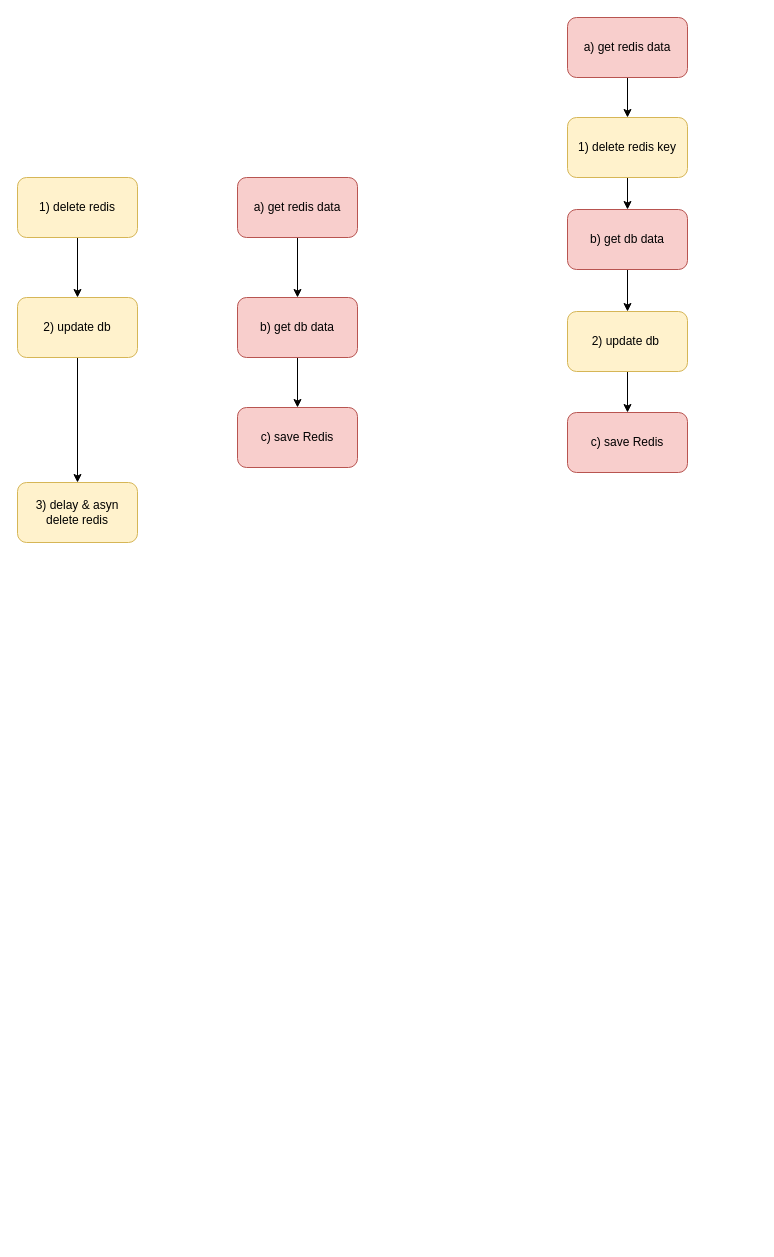
The draw.io diagram db&redis_consistency.drawio in qiufang1314/drawio, before the edit. Source tidied: cells renumbered, new cells numbered last; positions are measured from the earlier drawing's top-left corner, leaving out a move shared by most shapes. Both pictures are drawn from the tidied source at 100%, with x=0, y=0 at pixel (17, 17).
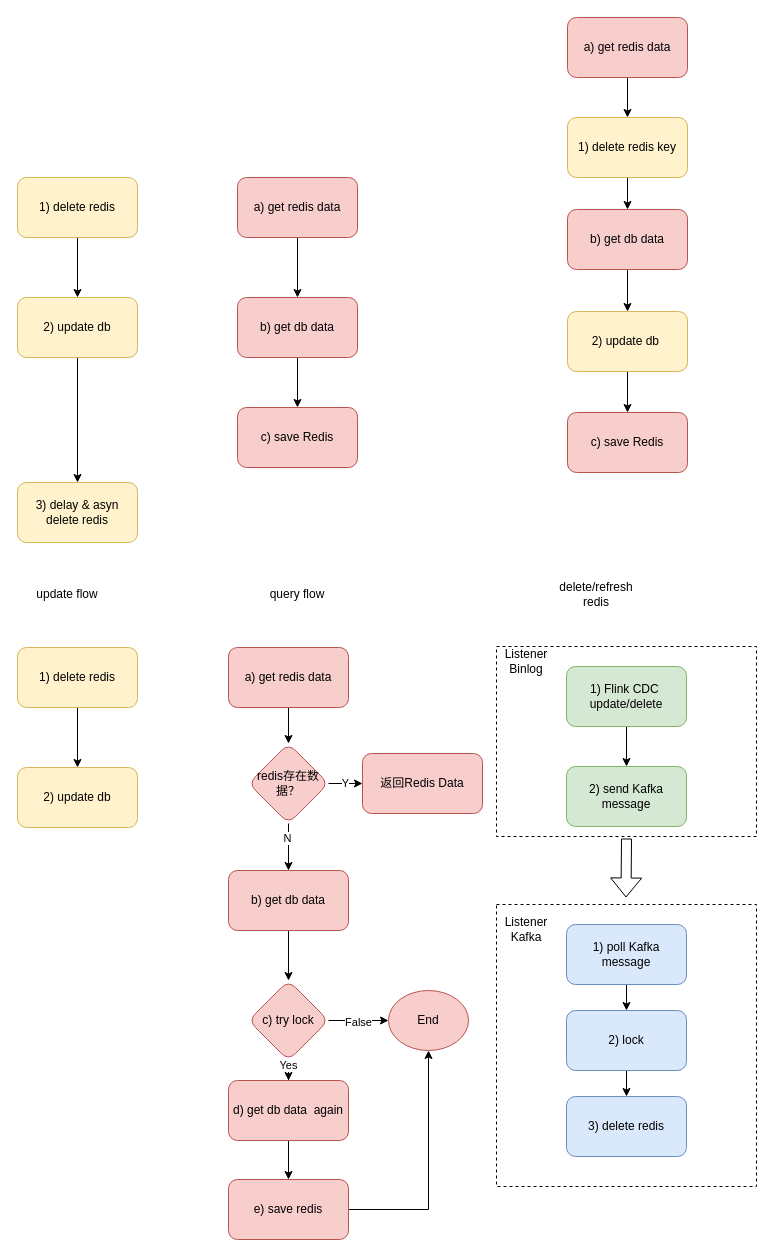
Above is the later version.

The edit, as a diff of the source:
```diff
@@
+    <mxCell id="21" style="rounded=0;whiteSpace=wrap;html=1;dashed=1;" parent="1" vertex="1">
+      <mxGeometry x="479" y="887" width="260" height="282" as="geometry" />
+    </mxCell>
+    <mxCell id="22" style="rounded=0;whiteSpace=wrap;html=1;dashed=1;" parent="1" vertex="1">
+      <mxGeometry x="479" y="629" width="260" height="190" as="geometry" />
+    </mxCell>
@@
+    <mxCell id="23" style="edgeStyle=orthogonalEdgeStyle;rounded=0;jettySize=auto;html=1;" parent="1" edge="1" source="24" target="25">
+      <mxGeometry relative="1" as="geometry" />
+    </mxCell>
+    <mxCell id="24" value="1) delete redis" style="rounded=1;whiteSpace=wrap;html=1;fillColor=#fff2cc;strokeColor=#d6b656;" parent="1" vertex="1">
+      <mxGeometry y="630" width="120" height="60" as="geometry" />
+    </mxCell>
+    <mxCell id="25" value="2) update db" style="rounded=1;whiteSpace=wrap;html=1;fillColor=#fff2cc;strokeColor=#d6b656;" parent="1" vertex="1">
+      <mxGeometry y="750" width="120" height="60" as="geometry" />
+    </mxCell>
+    <mxCell id="26" value="update flow" style="text;html=1;strokeColor=none;fillColor=none;align=center;verticalAlign=middle;whiteSpace=wrap;rounded=0;" parent="1" vertex="1">
+      <mxGeometry x="10" y="562" width="80" height="30" as="geometry" />
+    </mxCell>
+    <mxCell id="27" style="edgeStyle=orthogonalEdgeStyle;rounded=0;jettySize=auto;html=1;" parent="1" edge="1" source="28" target="57">
+      <mxGeometry relative="1" as="geometry" />
+    </mxCell>
+    <mxCell id="28" value="a) get redis data" style="rounded=1;whiteSpace=wrap;html=1;fillColor=#f8cecc;strokeColor=#b85450;" parent="1" vertex="1">
+      <mxGeometry x="211" y="630" width="120" height="60" as="geometry" />
+    </mxCell>
+    <mxCell id="29" style="edgeStyle=orthogonalEdgeStyle;rounded=0;jettySize=auto;html=1;" parent="1" edge="1" source="30" target="35">
+      <mxGeometry relative="1" as="geometry" />
+    </mxCell>
+    <mxCell id="30" value="b) get db data" style="rounded=1;whiteSpace=wrap;html=1;fillColor=#f8cecc;strokeColor=#b85450;" parent="1" vertex="1">
+      <mxGeometry x="211" y="853" width="120" height="60" as="geometry" />
+    </mxCell>
+    <mxCell id="31" style="edgeStyle=orthogonalEdgeStyle;rounded=0;jettySize=auto;html=1;" parent="1" edge="1" source="35" target="37">
+      <mxGeometry relative="1" as="geometry" />
+    </mxCell>
+    <mxCell id="32" value="Yes" style="edgeLabel;html=1;align=center;verticalAlign=middle;" parent="31" vertex="1">
+      <mxGeometry x="0.47" y="-1" relative="1" as="geometry" />
+    </mxCell>
+    <mxCell id="33" style="edgeStyle=orthogonalEdgeStyle;rounded=0;jettySize=auto;html=1;" parent="1" edge="1" source="35" target="40">
+      <mxGeometry relative="1" as="geometry" />
+    </mxCell>
+    <mxCell id="34" value="False" style="edgeLabel;html=1;align=center;verticalAlign=middle;" parent="33" vertex="1">
+      <mxGeometry x="-0.03" y="-1" relative="1" as="geometry" />
+    </mxCell>
+    <mxCell id="35" value="c) try lock" style="rhombus;whiteSpace=wrap;html=1;fillColor=#f8cecc;strokeColor=#b85450;rounded=1;" parent="1" vertex="1">
+      <mxGeometry x="231" y="963" width="80" height="80" as="geometry" />
+    </mxCell>
+    <mxCell id="36" style="edgeStyle=orthogonalEdgeStyle;rounded=0;jettySize=auto;html=1;" parent="1" edge="1" source="37" target="39">
+      <mxGeometry relative="1" as="geometry" />
+    </mxCell>
+    <mxCell id="37" value="d) get db data &amp;nbsp;again" style="whiteSpace=wrap;html=1;fillColor=#f8cecc;strokeColor=#b85450;rounded=1;" parent="1" vertex="1">
+      <mxGeometry x="211" y="1063" width="120" height="60" as="geometry" />
+    </mxCell>
+    <mxCell id="38" style="edgeStyle=orthogonalEdgeStyle;rounded=0;jettySize=auto;html=1;exitX=1;exitY=0.5;exitDx=0;exitDy=0;entryX=0.5;entryY=1;entryDx=0;entryDy=0;" parent="1" edge="1" source="39" target="40">
+      <mxGeometry relative="1" as="geometry" />
+    </mxCell>
+    <mxCell id="39" value="e) save redis" style="whiteSpace=wrap;html=1;fillColor=#f8cecc;strokeColor=#b85450;rounded=1;" parent="1" vertex="1">
+      <mxGeometry x="211" y="1162" width="120" height="60" as="geometry" />
+    </mxCell>
+    <mxCell id="40" value="End" style="ellipse;whiteSpace=wrap;html=1;fillColor=#f8cecc;strokeColor=#b85450;rounded=1;" parent="1" vertex="1">
+      <mxGeometry x="371" y="973" width="80" height="60" as="geometry" />
+    </mxCell>
+    <mxCell id="41" value="query flow" style="text;html=1;strokeColor=none;fillColor=none;align=center;verticalAlign=middle;whiteSpace=wrap;rounded=0;" parent="1" vertex="1">
+      <mxGeometry x="240" y="562" width="80" height="30" as="geometry" />
+    </mxCell>
+    <mxCell id="42" style="edgeStyle=orthogonalEdgeStyle;rounded=0;jettySize=auto;html=1;" parent="1" edge="1" source="43" target="44">
+      <mxGeometry relative="1" as="geometry" />
+    </mxCell>
+    <mxCell id="43" value="1) Flink CDC&amp;nbsp;&lt;br&gt;update/delete" style="rounded=1;whiteSpace=wrap;html=1;fillColor=#d5e8d4;strokeColor=#82b366;" parent="1" vertex="1">
+      <mxGeometry x="549" y="649" width="120" height="60" as="geometry" />
+    </mxCell>
+    <mxCell id="44" value="2) send Kafka message" style="whiteSpace=wrap;html=1;fillColor=#d5e8d4;strokeColor=#82b366;rounded=1;" parent="1" vertex="1">
+      <mxGeometry x="549" y="749" width="120" height="60" as="geometry" />
+    </mxCell>
+    <mxCell id="45" style="edgeStyle=orthogonalEdgeStyle;rounded=0;jettySize=auto;html=1;" parent="1" edge="1" source="46" target="51">
+      <mxGeometry relative="1" as="geometry" />
+    </mxCell>
+    <mxCell id="46" value="1) poll Kafka message" style="whiteSpace=wrap;html=1;fillColor=#dae8fc;strokeColor=#6c8ebf;rounded=1;" parent="1" vertex="1">
+      <mxGeometry x="549" y="907" width="120" height="60" as="geometry" />
+    </mxCell>
+    <mxCell id="47" value="Listener Binlog" style="text;html=1;strokeColor=none;fillColor=none;align=center;verticalAlign=middle;whiteSpace=wrap;rounded=0;" parent="1" vertex="1">
+      <mxGeometry x="479" y="629" width="60" height="30" as="geometry" />
+    </mxCell>
+    <mxCell id="48" value="Listener Kafka" style="text;html=1;strokeColor=none;fillColor=none;align=center;verticalAlign=middle;whiteSpace=wrap;rounded=0;" parent="1" vertex="1">
+      <mxGeometry x="479" y="897" width="60" height="30" as="geometry" />
+    </mxCell>
+    <mxCell id="49" style="shape=flexArrow;endArrow=classic;html=1;rounded=0;" parent="1" edge="1">
+      <mxGeometry relative="1" as="geometry">
+        <mxPoint x="609" y="821" as="sourcePoint" />
+        <mxPoint x="608.5" y="880" as="targetPoint" />
+      </mxGeometry>
+    </mxCell>
+    <mxCell id="50" style="edgeStyle=orthogonalEdgeStyle;rounded=0;jettySize=auto;html=1;" parent="1" edge="1" source="51" target="52">
+      <mxGeometry relative="1" as="geometry" />
+    </mxCell>
+    <mxCell id="51" value="2) lock" style="whiteSpace=wrap;html=1;fillColor=#dae8fc;strokeColor=#6c8ebf;rounded=1;" parent="1" vertex="1">
+      <mxGeometry x="549" y="993" width="120" height="60" as="geometry" />
+    </mxCell>
+    <mxCell id="52" value="3) delete redis" style="whiteSpace=wrap;html=1;fillColor=#dae8fc;strokeColor=#6c8ebf;rounded=1;" parent="1" vertex="1">
+      <mxGeometry x="549" y="1079" width="120" height="60" as="geometry" />
+    </mxCell>
+    <mxCell id="53" value="delete/refresh redis" style="text;html=1;strokeColor=none;fillColor=none;align=center;verticalAlign=middle;whiteSpace=wrap;rounded=0;" parent="1" vertex="1">
+      <mxGeometry x="539" y="562" width="80" height="30" as="geometry" />
+    </mxCell>
+    <mxCell id="54" value="Y" style="edgeStyle=orthogonalEdgeStyle;rounded=0;jettySize=auto;html=1;" parent="1" edge="1" source="57" target="58">
+      <mxGeometry relative="1" as="geometry" />
+    </mxCell>
+    <mxCell id="55" style="edgeStyle=orthogonalEdgeStyle;rounded=0;jettySize=auto;html=1;" parent="1" edge="1" source="57" target="30">
+      <mxGeometry relative="1" as="geometry" />
+    </mxCell>
+    <mxCell id="56" value="N" style="edgeLabel;html=1;align=center;verticalAlign=middle;" parent="55" vertex="1">
+      <mxGeometry x="-0.4" y="-2" relative="1" as="geometry" />
+    </mxCell>
+    <mxCell id="57" value="redis存在数据？" style="rhombus;whiteSpace=wrap;html=1;fillColor=#f8cecc;strokeColor=#b85450;rounded=1;" parent="1" vertex="1">
+      <mxGeometry x="231" y="726" width="80" height="80" as="geometry" />
+    </mxCell>
+    <mxCell id="58" value="返回Redis Data" style="whiteSpace=wrap;html=1;fillColor=#f8cecc;strokeColor=#b85450;rounded=1;" parent="1" vertex="1">
+      <mxGeometry x="345" y="736" width="120" height="60" as="geometry" />
+    </mxCell>
```
